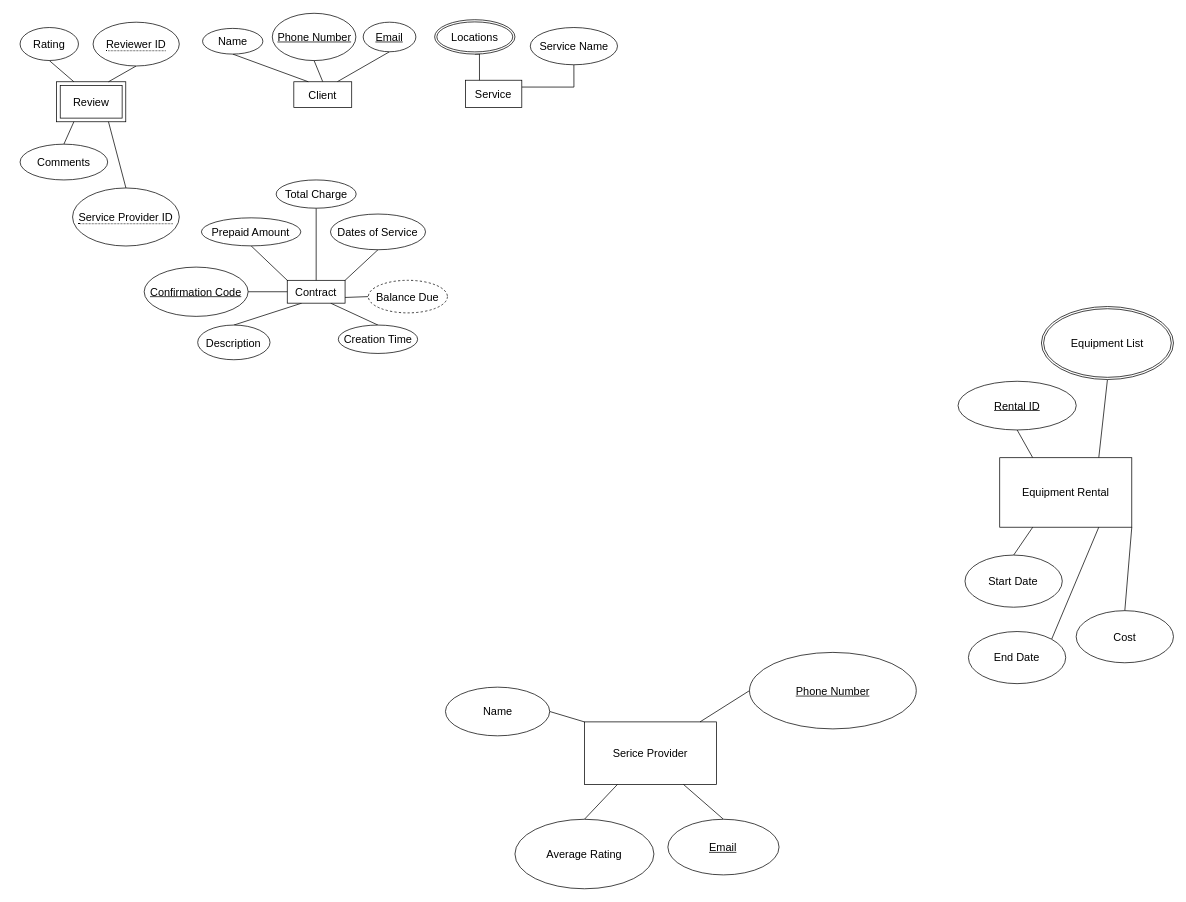
This is FINALmodel.drawio from Breadleaf/lab5-db, a draw.io file, before an edit. Source tidied: cells renumbered, new cells numbered last; positions are measured from the earlier drawing's top-left corner, leaving out a move shared by most shapes. Both pictures are drawn from the tidied source at 73%, with x=0, y=0 at pixel (12, 12).
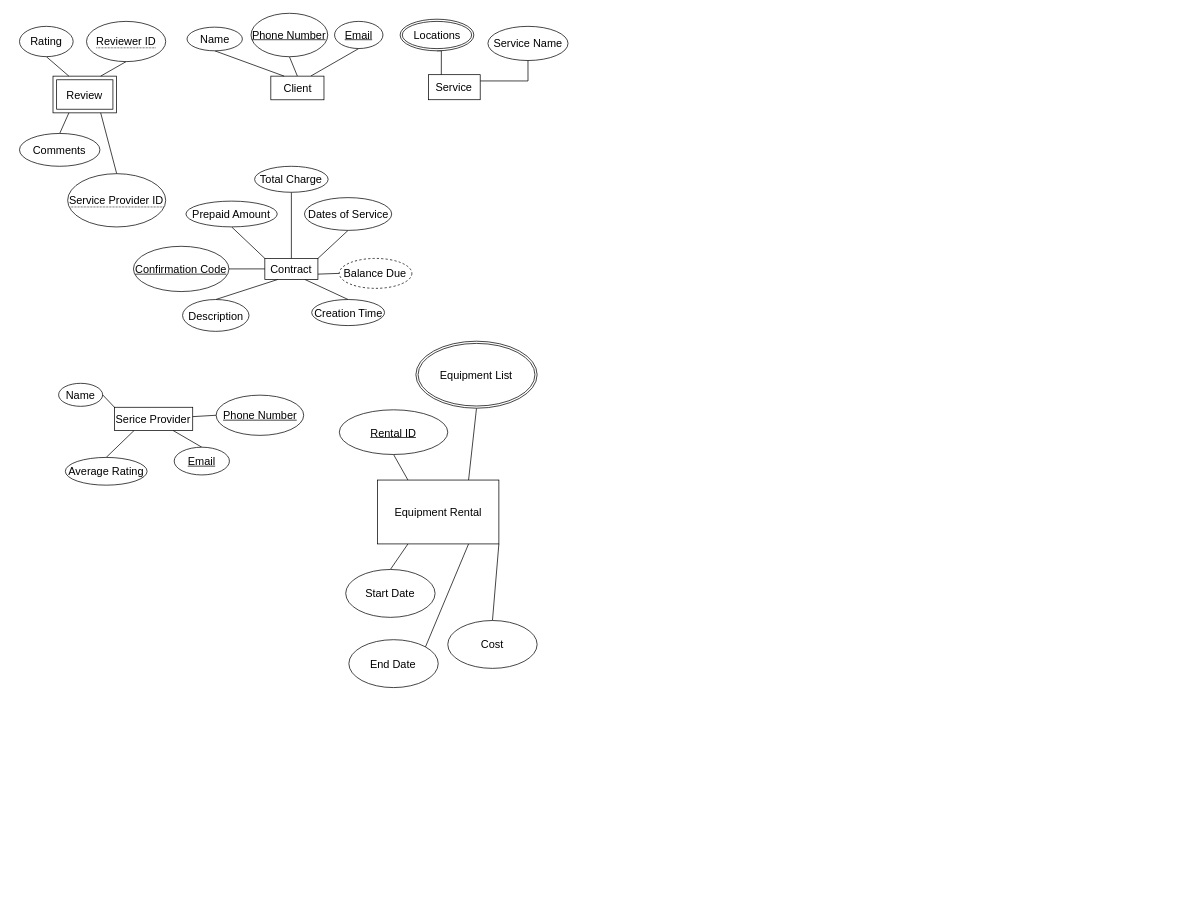
After the change.

The edit, as a diff of the source:
```diff
@@
     <mxCell id="2" style="group;fontSize=15;" parent="1" vertex="1">
-      <mxGeometry width="1590" height="1200" as="geometry" />
+      <mxGeometry width="1460" height="1101.9" as="geometry" />
     </mxCell>
@@
     <mxCell id="5" value="&lt;font style=&quot;font-size: 15px;&quot;&gt;Client&lt;/font&gt;" style="rounded=0;whiteSpace=wrap;html=1;fontSize=15;" parent="2" vertex="1">
-      <mxGeometry x="385" y="94.5" width="79.3" height="35.2" as="geometry" />
+      <mxGeometry x="353.5" y="86.8" width="72.8" height="32.4" as="geometry" />
     </mxCell>
@@
     <mxCell id="7" value="Name" style="ellipse;whiteSpace=wrap;html=1;fontSize=15;" parent="2" vertex="1">
-      <mxGeometry x="260" y="21.4" width="82.6" height="35.2" as="geometry" />
+      <mxGeometry x="238.7" y="19.7" width="75.8" height="32.4" as="geometry" />
     </mxCell>
     <mxCell id="8" value="&lt;u style=&quot;font-size: 15px;&quot;&gt;Phone Number&lt;/u&gt;" style="ellipse;whiteSpace=wrap;html=1;fontSize=15;" parent="2" vertex="1">
-      <mxGeometry x="355.5" y="0.7" width="114.5" height="64.8" as="geometry" />
+      <mxGeometry x="326.4" y="0.7" width="105.1" height="59.5" as="geometry" />
     </mxCell>
     <mxCell id="9" value="&lt;u style=&quot;font-size: 15px;&quot;&gt;Email&lt;/u&gt;" style="ellipse;whiteSpace=wrap;html=1;fontSize=15;" parent="2" vertex="1">
-      <mxGeometry x="480" y="12.9" width="72.2" height="40.5" as="geometry" />
+      <mxGeometry x="440.8" y="11.8" width="66.3" height="37.2" as="geometry" />
     </mxCell>
     <mxCell id="10" value="Serice Provider" style="rounded=0;whiteSpace=wrap;html=1;fontSize=15;" parent="2" vertex="1">
-      <mxGeometry x="783.1" y="971.4" width="180.9" height="85.7" as="geometry" />
+      <mxGeometry x="139.3" y="540.4" width="107.2" height="31.9" as="geometry" />
     </mxCell>
@@
     <mxCell id="12" value="Name" style="ellipse;whiteSpace=wrap;html=1;fontSize=15;" parent="2" vertex="1">
-      <mxGeometry x="592.7" y="923.8" width="142.8" height="66.7" as="geometry" />
+      <mxGeometry x="62.8" y="507.6" width="60.3" height="31.5" as="geometry" />
     </mxCell>
@@
     <mxCell id="14" value="&lt;u style=&quot;font-size: 15px;&quot;&gt;Email&lt;/u&gt;" style="ellipse;whiteSpace=wrap;html=1;fontSize=15;" parent="2" vertex="1">
-      <mxGeometry x="897.4" y="1104.8" width="152.3" height="76.2" as="geometry" />
+      <mxGeometry x="221.1" y="595.1" width="75.7" height="38" as="geometry" />
     </mxCell>
@@
     <mxCell id="16" value="&lt;u style=&quot;font-size: 15px;&quot;&gt;Phone Number&lt;/u&gt;" style="ellipse;whiteSpace=wrap;html=1;fontSize=15;" parent="2" vertex="1">
-      <mxGeometry x="1009.2" y="876.2" width="228.5" height="104.8" as="geometry" />
+      <mxGeometry x="278.6" y="523.8" width="119.9" height="55.1" as="geometry" />
     </mxCell>
@@
     <mxCell id="18" value="Average Rating" style="ellipse;whiteSpace=wrap;html=1;fontSize=15;" parent="2" vertex="1">
-      <mxGeometry x="687.9" y="1104.8" width="190.4" height="95.2" as="geometry" />
+      <mxGeometry x="72" y="609.1" width="112" height="38" as="geometry" />
     </mxCell>
@@
     <mxCell id="22" value="Contract" style="rounded=0;whiteSpace=wrap;html=1;fontSize=15;" parent="2" vertex="1">
-      <mxGeometry x="376" y="366.5" width="79.2" height="31.3" as="geometry" />
+      <mxGeometry x="345.3" y="336.5" width="72.7" height="28.7" as="geometry" />
     </mxCell>
     <mxCell id="23" value="Creation Time" style="ellipse;whiteSpace=wrap;html=1;fontSize=15;" parent="2" vertex="1">
-      <mxGeometry x="445.9" y="427.8" width="108.7" height="38.9" as="geometry" />
+      <mxGeometry x="409.5" y="392.8" width="99.8" height="35.7" as="geometry" />
     </mxCell>
     <mxCell id="24" value="Description" style="ellipse;whiteSpace=wrap;html=1;fontSize=15;" parent="2" vertex="1">
-      <mxGeometry x="253.3" y="427.8" width="99.1" height="47.5" as="geometry" />
+      <mxGeometry x="232.6" y="392.8" width="91" height="43.6" as="geometry" />
     </mxCell>
@@
     <mxCell id="26" value="Dates of Service" style="ellipse;whiteSpace=wrap;html=1;fontSize=15;" parent="2" vertex="1">
-      <mxGeometry x="435.2" y="275.7" width="130.2" height="48.9" as="geometry" />
+      <mxGeometry x="399.6" y="253.2" width="119.5" height="44.9" as="geometry" />
     </mxCell>
@@
     <mxCell id="28" value="Total Charge" style="ellipse;whiteSpace=wrap;html=1;fontSize=15;" parent="2" vertex="1">
-      <mxGeometry x="360.8" y="229" width="109.6" height="38.7" as="geometry" />
+      <mxGeometry x="331.3" y="210.3" width="100.7" height="35.6" as="geometry" />
     </mxCell>
@@
     <mxCell id="30" value="Prepaid Amount" style="ellipse;whiteSpace=wrap;html=1;fontSize=15;" parent="2" vertex="1">
-      <mxGeometry x="258.4" y="280.9" width="136.2" height="38.4" as="geometry" />
+      <mxGeometry x="237.2" y="258" width="125.1" height="35.3" as="geometry" />
     </mxCell>
     <mxCell id="31" value="Balance Due" style="ellipse;whiteSpace=wrap;html=1;align=center;dashed=1;fontSize=15;" parent="2" vertex="1">
-      <mxGeometry x="487.1" y="366.5" width="108.3" height="44.6" as="geometry" />
+      <mxGeometry x="447.3" y="336.5" width="99.4" height="41" as="geometry" />
     </mxCell>
@@
     <mxCell id="33" value="Confirmation Code" style="ellipse;whiteSpace=wrap;html=1;align=center;fontStyle=4;fontSize=15;" parent="2" vertex="1">
-      <mxGeometry x="180" y="348.4" width="142.4" height="67.5" as="geometry" />
+      <mxGeometry x="165.3" y="319.9" width="130.8" height="62" as="geometry" />
     </mxCell>
@@
     <mxCell id="35" value="Service" style="rounded=0;whiteSpace=wrap;html=1;fontSize=15;" parent="2" vertex="1">
-      <mxGeometry x="620" y="92.4" width="77.3" height="37.4" as="geometry" />
+      <mxGeometry x="569.3" y="84.8" width="71" height="34.3" as="geometry" />
     </mxCell>
     <mxCell id="36" value="Service Name" style="ellipse;whiteSpace=wrap;html=1;fontSize=15;" parent="2" vertex="1">
-      <mxGeometry x="708.9" y="20.2" width="119.5" height="51" as="geometry" />
+      <mxGeometry x="650.9" y="18.6" width="109.7" height="46.8" as="geometry" />
     </mxCell>
@@
     <mxCell id="38" value="Locations" style="ellipse;shape=doubleEllipse;margin=3;whiteSpace=wrap;html=1;align=center;fontSize=15;" parent="2" vertex="1">
-      <mxGeometry x="577.9" y="9.5" width="110" height="47.1" as="geometry" />
+      <mxGeometry x="530.6" y="8.8" width="101" height="43.3" as="geometry" />
     </mxCell>
     <mxCell id="39" value="Review" style="shape=ext;margin=3;double=1;whiteSpace=wrap;html=1;align=center;fontSize=15;" parent="2" vertex="1">
-      <mxGeometry x="60" y="94.5" width="94.8" height="54.8" as="geometry" />
+      <mxGeometry x="55.1" y="86.8" width="87.1" height="50.3" as="geometry" />
     </mxCell>
@@
     <mxCell id="41" value="&lt;span style=&quot;border-bottom: 1px dotted; font-size: 15px;&quot;&gt;&lt;font style=&quot;font-size: 15px;&quot;&gt;Reviewer ID&lt;/font&gt;&lt;/span&gt;" style="ellipse;whiteSpace=wrap;html=1;align=center;fontSize=15;" parent="2" vertex="1">
-      <mxGeometry x="110" y="12.9" width="118.1" height="60" as="geometry" />
+      <mxGeometry x="101" y="11.8" width="108.5" height="55.1" as="geometry" />
     </mxCell>
@@
     <mxCell id="43" value="&lt;span style=&quot;border-bottom: 1px dotted; font-size: 15px;&quot;&gt;Service Provider ID&lt;/span&gt;" style="ellipse;whiteSpace=wrap;html=1;align=center;fontSize=15;" parent="2" vertex="1">
-      <mxGeometry x="81.9" y="240" width="146.2" height="79.5" as="geometry" />
+      <mxGeometry x="75.2" y="220.4" width="134.3" height="73" as="geometry" />
     </mxCell>
@@
     <mxCell id="45" value="Rating" style="ellipse;whiteSpace=wrap;html=1;fontSize=15;" parent="2" vertex="1">
-      <mxGeometry x="10" y="20.2" width="80" height="45.2" as="geometry" />
+      <mxGeometry x="9.2" y="18.6" width="73.5" height="41.5" as="geometry" />
     </mxCell>
@@
     <mxCell id="47" value="Comments" style="ellipse;whiteSpace=wrap;html=1;fontSize=15;" parent="2" vertex="1">
-      <mxGeometry x="10" y="180" width="120" height="49" as="geometry" />
+      <mxGeometry x="9.2" y="165.3" width="110.2" height="45" as="geometry" />
     </mxCell>
@@
     <mxCell id="50" value="Equipment Rental" style="rounded=0;whiteSpace=wrap;html=1;fontSize=15;" parent="2" vertex="1">
-      <mxGeometry x="1352" y="609.5" width="180.9" height="95.2" as="geometry" />
+      <mxGeometry x="499.8" y="640.1" width="166.1" height="87.5" as="geometry" />
     </mxCell>
     <mxCell id="51" value="Rental ID" style="ellipse;whiteSpace=wrap;html=1;align=center;fontStyle=4;fontSize=15;" parent="2" vertex="1">
-      <mxGeometry x="1294.9" y="504.8" width="161.9" height="66.7" as="geometry" />
+      <mxGeometry x="447.3" y="543.9" width="148.6" height="61.2" as="geometry" />
     </mxCell>
     <mxCell id="52" value="Equipment List" style="ellipse;shape=doubleEllipse;margin=3;whiteSpace=wrap;html=1;align=center;fontSize=15;" parent="2" vertex="1">
-      <mxGeometry x="1409.1" y="402.4" width="180.9" height="100" as="geometry" />
+      <mxGeometry x="552.2" y="449.9" width="166.1" height="91.8" as="geometry" />
     </mxCell>
@@
     <mxCell id="54" value="Start Date" style="ellipse;whiteSpace=wrap;html=1;fontSize=15;" parent="2" vertex="1">
-      <mxGeometry x="1304.4" y="742.9" width="133.3" height="71.4" as="geometry" />
+      <mxGeometry x="456.1" y="762.6" width="122.4" height="65.6" as="geometry" />
     </mxCell>
@@
     <mxCell id="56" value="&lt;div&gt;End Date&lt;/div&gt;" style="ellipse;whiteSpace=wrap;html=1;fontSize=15;" parent="2" vertex="1">
-      <mxGeometry x="1309.1" y="847.6" width="133.3" height="71.4" as="geometry" />
+      <mxGeometry x="460.4" y="858.8" width="122.4" height="65.6" as="geometry" />
     </mxCell>
@@
     <mxCell id="58" value="Cost" style="ellipse;whiteSpace=wrap;html=1;fontSize=15;" parent="2" vertex="1">
-      <mxGeometry x="1456.7" y="819" width="133.3" height="71.4" as="geometry" />
+      <mxGeometry x="595.9" y="832.5" width="122.4" height="65.6" as="geometry" />
     </mxCell>
@@
+    <mxCell id="60" value="&amp;nbsp;" style="text;whiteSpace=wrap;html=1;" parent="1" vertex="1">
+      <mxGeometry x="210" y="630" width="40" height="40" as="geometry" />
+    </mxCell>
```
